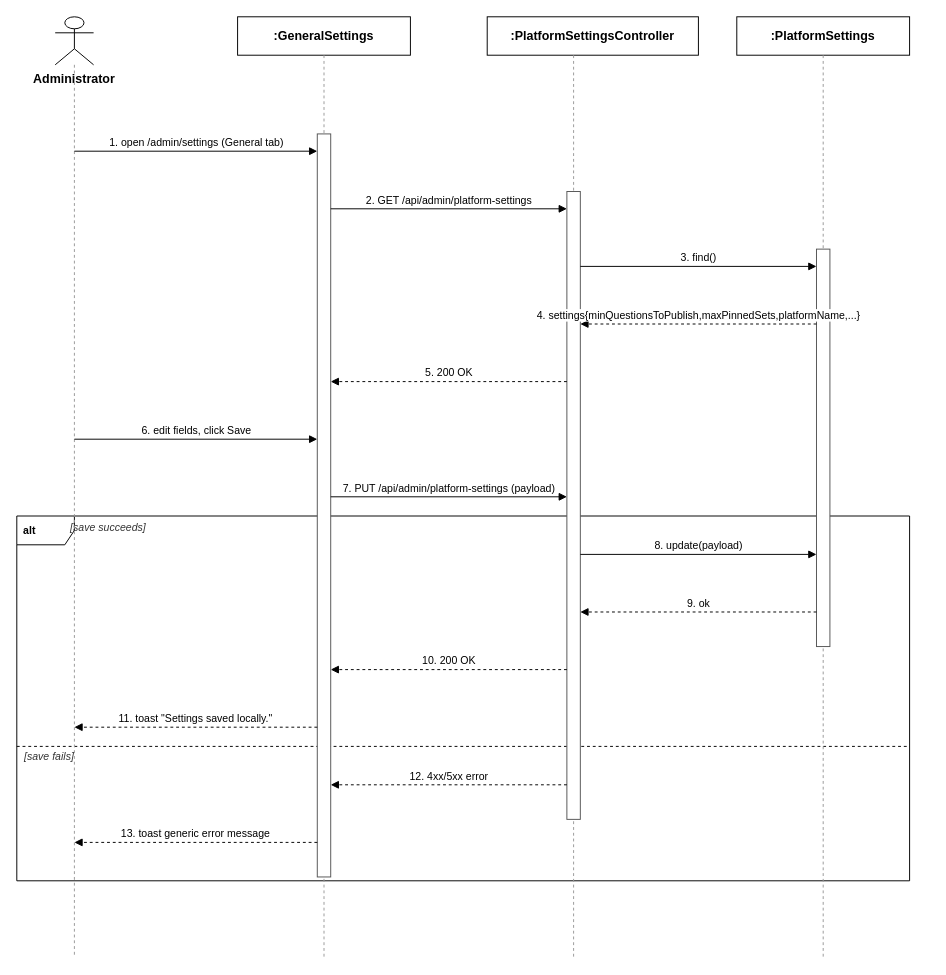
The draw.io diagram docs/qa/sequence-diagrams/Report4_SequenceDiagram_Administrator_SystemConfiguration.drawio in tulklk/AI_Interview_Question_Generation_RAG_LLM_FE, before the edit. Source tidied: cells renumbered, new cells numbered last; positions are measured from the earlier drawing's top-left corner, leaving out a move shared by most shapes. Both pictures are drawn from the tidied source at 96%, with x=0, y=0 at pixel (16, 16).
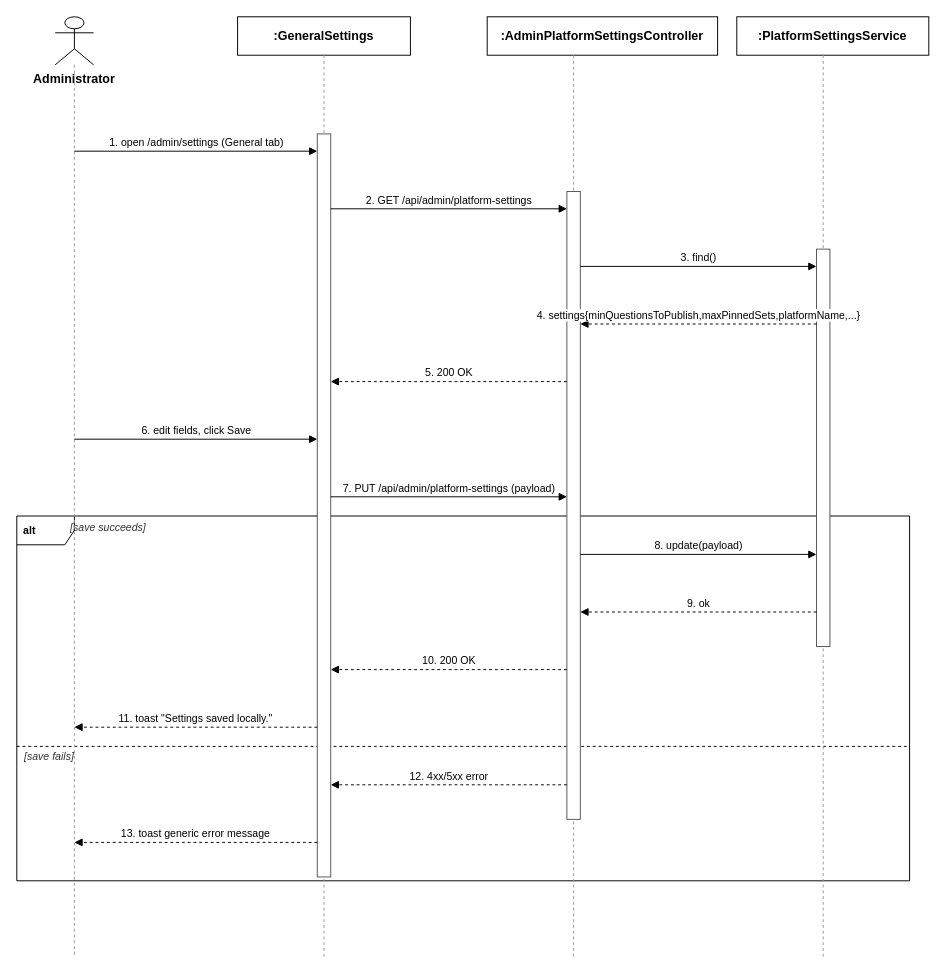
Above is the later version.

Commit message (it also covers changes not shown here):
docs(qa): correct legacy 9 sequence diagrams against real BE, flag 2 fictional notification flows

Change to the diagram source:
```diff
@@
-    <mxCell id="10" value=":PlatformSettingsController" style="rounded=0;whiteSpace=wrap;html=1;fontSize=13;fillColor=#ffffff;strokeColor=#000000;fontStyle=1;" parent="1" vertex="1">
-      <mxGeometry x="490" width="220" height="40" as="geometry" />
+    <mxCell id="10" value=":AdminPlatformSettingsController" style="rounded=0;whiteSpace=wrap;html=1;fontSize=13;fillColor=#ffffff;strokeColor=#000000;fontStyle=1;" parent="1" vertex="1">
+      <mxGeometry x="490" width="240" height="40" as="geometry" />
     </mxCell>
@@
-    <mxCell id="12" value=":PlatformSettings" style="rounded=0;whiteSpace=wrap;html=1;fontSize=13;fillColor=#ffffff;strokeColor=#000000;fontStyle=1;" parent="1" vertex="1">
-      <mxGeometry x="750" width="180" height="40" as="geometry" />
+    <mxCell id="12" value=":PlatformSettingsService" style="rounded=0;whiteSpace=wrap;html=1;fontSize=13;fillColor=#ffffff;strokeColor=#000000;fontStyle=1;" parent="1" vertex="1">
+      <mxGeometry x="750" width="200" height="40" as="geometry" />
     </mxCell>
```
